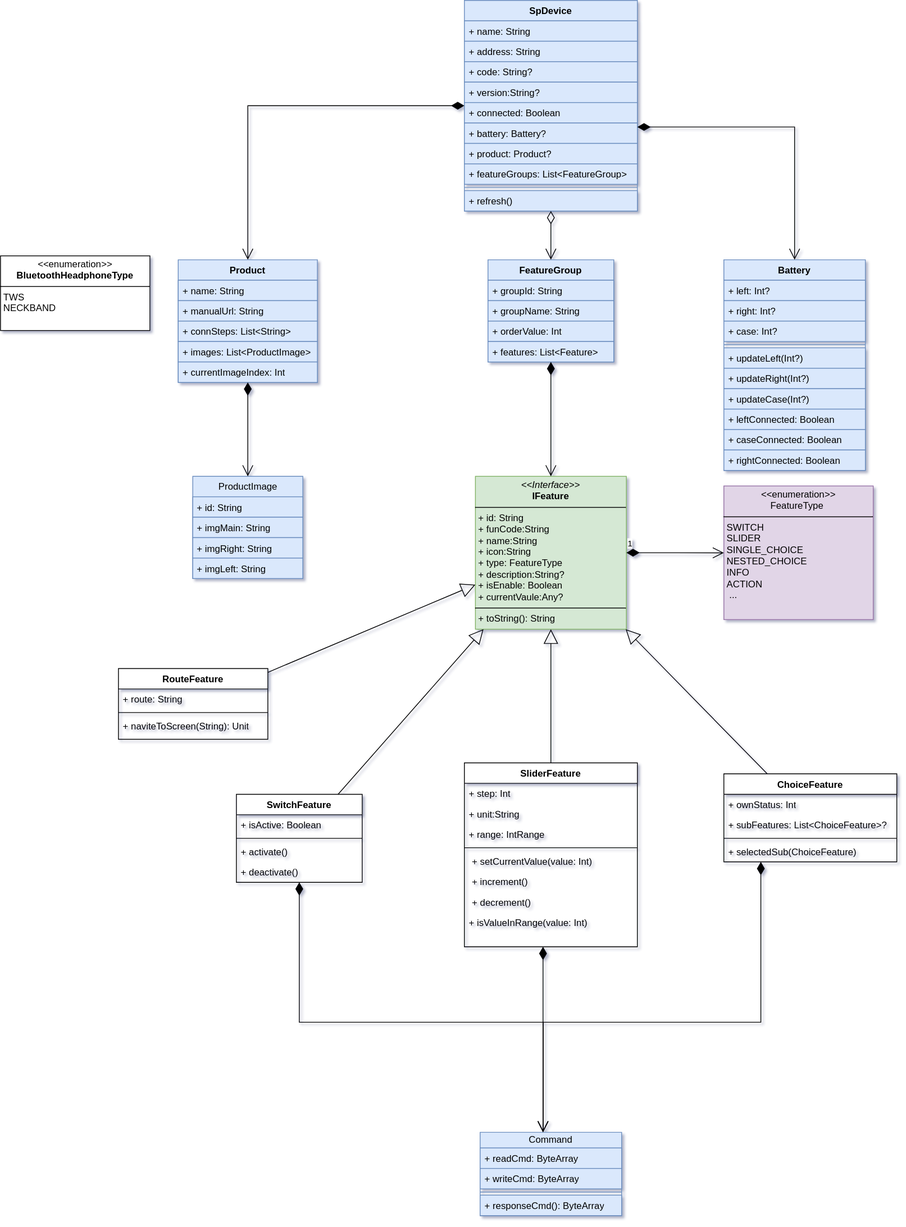
Earlier version of the draw.io export sp-device.drawio.svg (kekemao00/draw-libs). Source tidied: cells renumbered, new cells last; positions are measured from the earlier drawing's top-left corner, leaving out a move shared by most shapes.
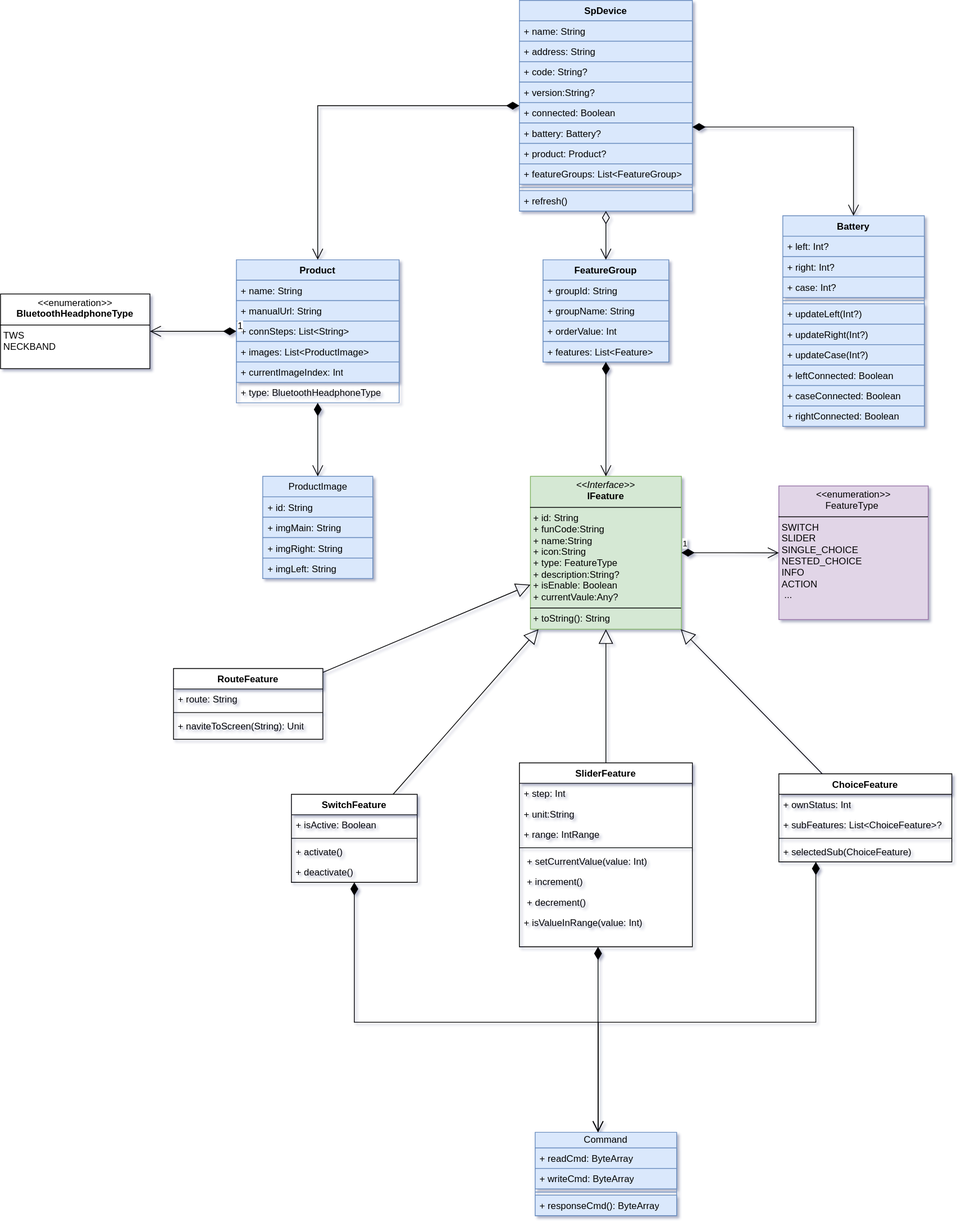
The same diagram one commit later.

The edit, as a diff of the source:
```diff
@@ -36,7 +36,7 @@
       <mxGeometry y="242" width="220" height="26" as="geometry" />
     </mxCell>
     <mxCell id="13" value="Battery" style="swimlane;fontStyle=1;align=center;verticalAlign=top;horizontal=1;startSize=26;whiteSpace=wrap;html=1;labelBackgroundColor=none;rounded=0;fillColor=#dae8fc;strokeColor=#6c8ebf;" parent="1" vertex="1">
-      <mxGeometry x="920" y="330" width="180" height="268" as="geometry" />
+      <mxGeometry x="925" y="274" width="180" height="268" as="geometry" />
     </mxCell>
     <mxCell id="14" value="+&amp;nbsp;left: Int?" style="text;strokeColor=#6c8ebf;fillColor=#dae8fc;align=left;verticalAlign=top;spacingLeft=4;spacingRight=4;overflow=hidden;whiteSpace=wrap;html=1;labelBackgroundColor=none;rounded=0;" parent="13" vertex="1">
       <mxGeometry y="26" width="180" height="26" as="geometry" />
@@ -69,25 +69,28 @@
       <mxGeometry y="242" width="180" height="26" as="geometry" />
     </mxCell>
     <mxCell id="24" value="Product" style="swimlane;fontStyle=1;align=center;verticalAlign=top;horizontal=1;startSize=26;whiteSpace=wrap;html=1;labelBackgroundColor=none;rounded=0;fillColor=#dae8fc;strokeColor=#6c8ebf;" parent="1" vertex="1">
-      <mxGeometry x="226" y="330" width="177" height="156" as="geometry" />
+      <mxGeometry x="230" y="330" width="207" height="182" as="geometry" />
     </mxCell>
     <mxCell id="25" value="+ name: String" style="text;strokeColor=#6c8ebf;fillColor=#dae8fc;align=left;verticalAlign=top;spacingLeft=4;spacingRight=4;overflow=hidden;whiteSpace=wrap;html=1;labelBackgroundColor=none;rounded=0;" parent="24" vertex="1">
-      <mxGeometry y="26" width="177" height="26" as="geometry" />
+      <mxGeometry y="26" width="207" height="26" as="geometry" />
     </mxCell>
     <mxCell id="26" value="+ manualUrl: String" style="text;strokeColor=#6c8ebf;fillColor=#dae8fc;align=left;verticalAlign=top;spacingLeft=4;spacingRight=4;overflow=hidden;whiteSpace=wrap;html=1;" parent="24" vertex="1">
-      <mxGeometry y="52" width="177" height="26" as="geometry" />
+      <mxGeometry y="52" width="207" height="26" as="geometry" />
     </mxCell>
     <mxCell id="27" value="+ connSteps: List&amp;lt;String&amp;gt;" style="text;strokeColor=#6c8ebf;fillColor=#dae8fc;align=left;verticalAlign=top;spacingLeft=4;spacingRight=4;overflow=hidden;whiteSpace=wrap;html=1;" parent="24" vertex="1">
-      <mxGeometry y="78" width="177" height="26" as="geometry" />
+      <mxGeometry y="78" width="207" height="26" as="geometry" />
     </mxCell>
     <mxCell id="28" value="+ images: List&amp;lt;ProductImage&amp;gt;" style="text;strokeColor=#6c8ebf;fillColor=#dae8fc;align=left;verticalAlign=top;spacingLeft=4;spacingRight=4;overflow=hidden;whiteSpace=wrap;html=1;" parent="24" vertex="1">
-      <mxGeometry y="104" width="177" height="26" as="geometry" />
+      <mxGeometry y="104" width="207" height="26" as="geometry" />
     </mxCell>
     <mxCell id="29" value="+ currentImageIndex: Int" style="text;strokeColor=#6c8ebf;fillColor=#dae8fc;align=left;verticalAlign=top;spacingLeft=4;spacingRight=4;overflow=hidden;whiteSpace=wrap;html=1;" parent="24" vertex="1">
-      <mxGeometry y="130" width="177" height="26" as="geometry" />
+      <mxGeometry y="130" width="207" height="26" as="geometry" />
     </mxCell>
+    <mxCell id="84" value="+ type:&amp;nbsp;&lt;span style=&quot;text-align: center;&quot;&gt;BluetoothHeadphoneType&lt;/span&gt;" style="text;strokeColor=none;fillColor=none;align=left;verticalAlign=top;spacingLeft=4;spacingRight=4;overflow=hidden;whiteSpace=wrap;html=1;" parent="24" vertex="1">
+      <mxGeometry y="156" width="207" height="26" as="geometry" />
+    </mxCell>
     <mxCell id="30" value="ProductImage" style="swimlane;fontStyle=0;horizontal=1;startSize=26;fillColor=#dae8fc;whiteSpace=wrap;html=1;strokeColor=#6c8ebf;" parent="1" vertex="1">
-      <mxGeometry x="244.5" y="605.5" width="140" height="130" as="geometry" />
+      <mxGeometry x="263.5" y="605.5" width="140" height="130" as="geometry" />
     </mxCell>
     <mxCell id="31" value="+ id: String" style="text;strokeColor=#6c8ebf;fillColor=#dae8fc;align=left;verticalAlign=top;spacingLeft=4;spacingRight=4;overflow=hidden;whiteSpace=wrap;html=1;" parent="30" vertex="1">
       <mxGeometry y="26" width="140" height="26" as="geometry" />
@@ -266,7 +269,10 @@
       <mxGeometry y="86" width="220" height="26" as="geometry" />
     </mxCell>
     <mxCell id="83" value="&lt;p style=&quot;margin:0px;margin-top:4px;text-align:center;&quot;&gt;&lt;i&gt;&amp;lt;&amp;lt;&lt;/i&gt;enumeration&lt;i&gt;&amp;gt;&amp;gt;&lt;/i&gt;&lt;br&gt;&lt;b&gt;BluetoothHeadphoneType&lt;/b&gt;&lt;/p&gt;&lt;hr size=&quot;1&quot; style=&quot;border-style:solid;&quot;&gt;&lt;p style=&quot;margin:0px;margin-left:4px;&quot;&gt;TWS&lt;br&gt;NECKBAND&lt;/p&gt;" style="verticalAlign=top;align=left;overflow=fill;html=1;whiteSpace=wrap;" parent="1" vertex="1">
-      <mxGeometry y="325" width="190" height="95" as="geometry" />
+      <mxGeometry x="-70" y="373.5" width="190" height="95" as="geometry" />
     </mxCell>
+    <mxCell id="85" value="1" style="endArrow=open;html=1;endSize=12;startArrow=diamondThin;startSize=14;startFill=1;edgeStyle=orthogonalEdgeStyle;align=left;verticalAlign=bottom;rounded=0;fontSize=12;curved=1;" parent="1" edge="1" source="24" target="83">
+      <mxGeometry x="-1" y="3" relative="1" as="geometry" />
+    </mxCell>
   </root>
 </mxGraphModel>
```
